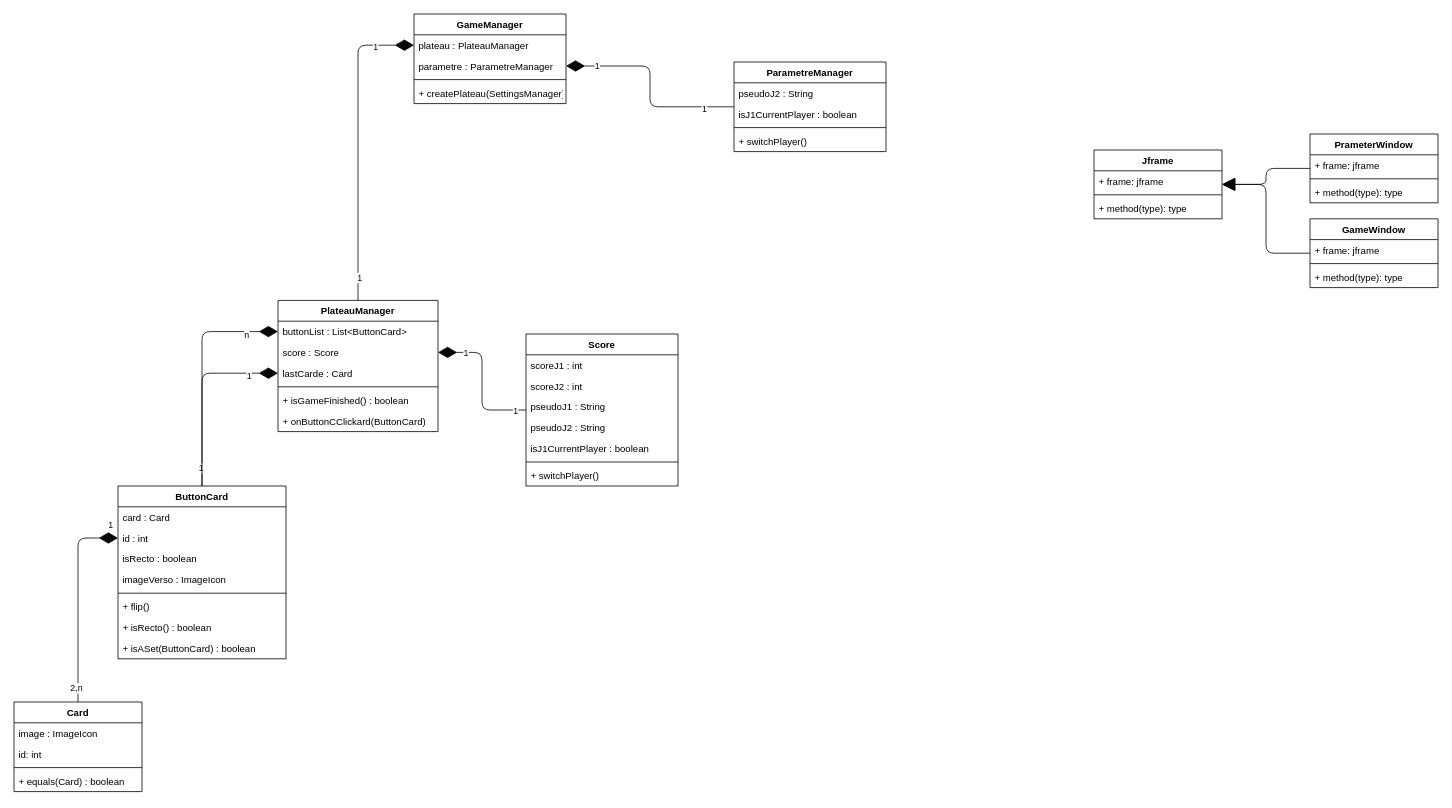
Above: Doc/UML/DiagrammeDeClass.drawio in FlorianSoler/Memory (draw.io), before the change. Source tidied: cells renumbered, new cells numbered last; positions are measured from the earlier drawing's top-left corner, leaving out a move shared by most shapes. Both pictures are drawn from the tidied source at 80%, with x=0, y=0 at pixel (14, 14).
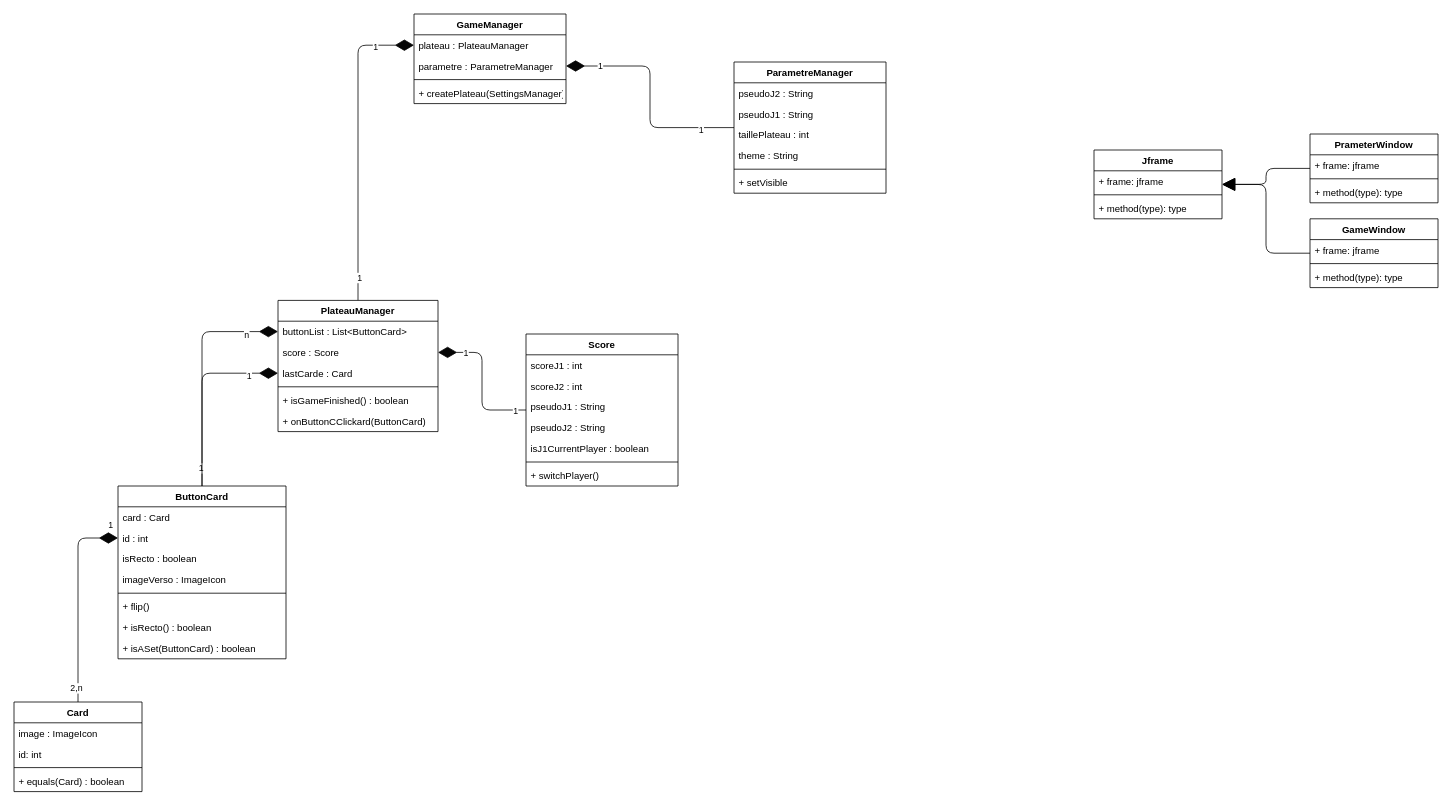
The same diagram, later.

Commit message:
feat(doc): setting schem

What changed in the source:
```diff
@@
     <mxCell id="67" value="ParametreManager" style="swimlane;fontStyle=1;align=center;verticalAlign=top;horizontal=1;startSize=26;" parent="1" vertex="1">
-      <mxGeometry x="900" y="60" width="190" height="112" as="geometry" />
+      <mxGeometry x="900" y="60" width="190" height="164" as="geometry" />
     </mxCell>
@@
-    <mxCell id="69" value="isJ1CurrentPlayer : boolean" style="text;strokeColor=none;fillColor=none;align=left;verticalAlign=top;spacingLeft=4;spacingRight=4;overflow=hidden;" parent="67" vertex="1">
+    <mxCell id="69" value="pseudoJ1 : String" style="text;strokeColor=none;fillColor=none;align=left;verticalAlign=top;spacingLeft=4;spacingRight=4;overflow=hidden;" parent="67" vertex="1">
       <mxGeometry y="52" width="190" height="26" as="geometry" />
     </mxCell>
+    <mxCell id="72" value="taillePlateau : int" style="text;strokeColor=none;fillColor=none;align=left;verticalAlign=top;spacingLeft=4;spacingRight=4;overflow=hidden;" parent="67" vertex="1">
+      <mxGeometry y="78" width="190" height="26" as="geometry" />
+    </mxCell>
+    <mxCell id="73" value="theme : String" style="text;strokeColor=none;fillColor=none;align=left;verticalAlign=top;spacingLeft=4;spacingRight=4;overflow=hidden;" parent="67" vertex="1">
+      <mxGeometry y="104" width="190" height="26" as="geometry" />
+    </mxCell>
     <mxCell id="70" style="line;strokeWidth=1;fillColor=none;align=left;verticalAlign=middle;spacingTop=-1;spacingLeft=3;spacingRight=3;labelPosition=right;strokeColor=inherit;" parent="67" vertex="1">
-      <mxGeometry y="78" width="190" height="8" as="geometry" />
+      <mxGeometry y="130" width="190" height="8" as="geometry" />
     </mxCell>
-    <mxCell id="71" value="+ switchPlayer() " style="text;strokeColor=none;fillColor=none;align=left;verticalAlign=top;spacingLeft=4;spacingRight=4;overflow=hidden;" parent="67" vertex="1">
-      <mxGeometry y="86" width="190" height="26" as="geometry" />
+    <mxCell id="71" value="+ setVisible" style="text;strokeColor=none;fillColor=none;align=left;verticalAlign=top;spacingLeft=4;spacingRight=4;overflow=hidden;" parent="67" vertex="1">
+      <mxGeometry y="138" width="190" height="26" as="geometry" />
     </mxCell>
```
